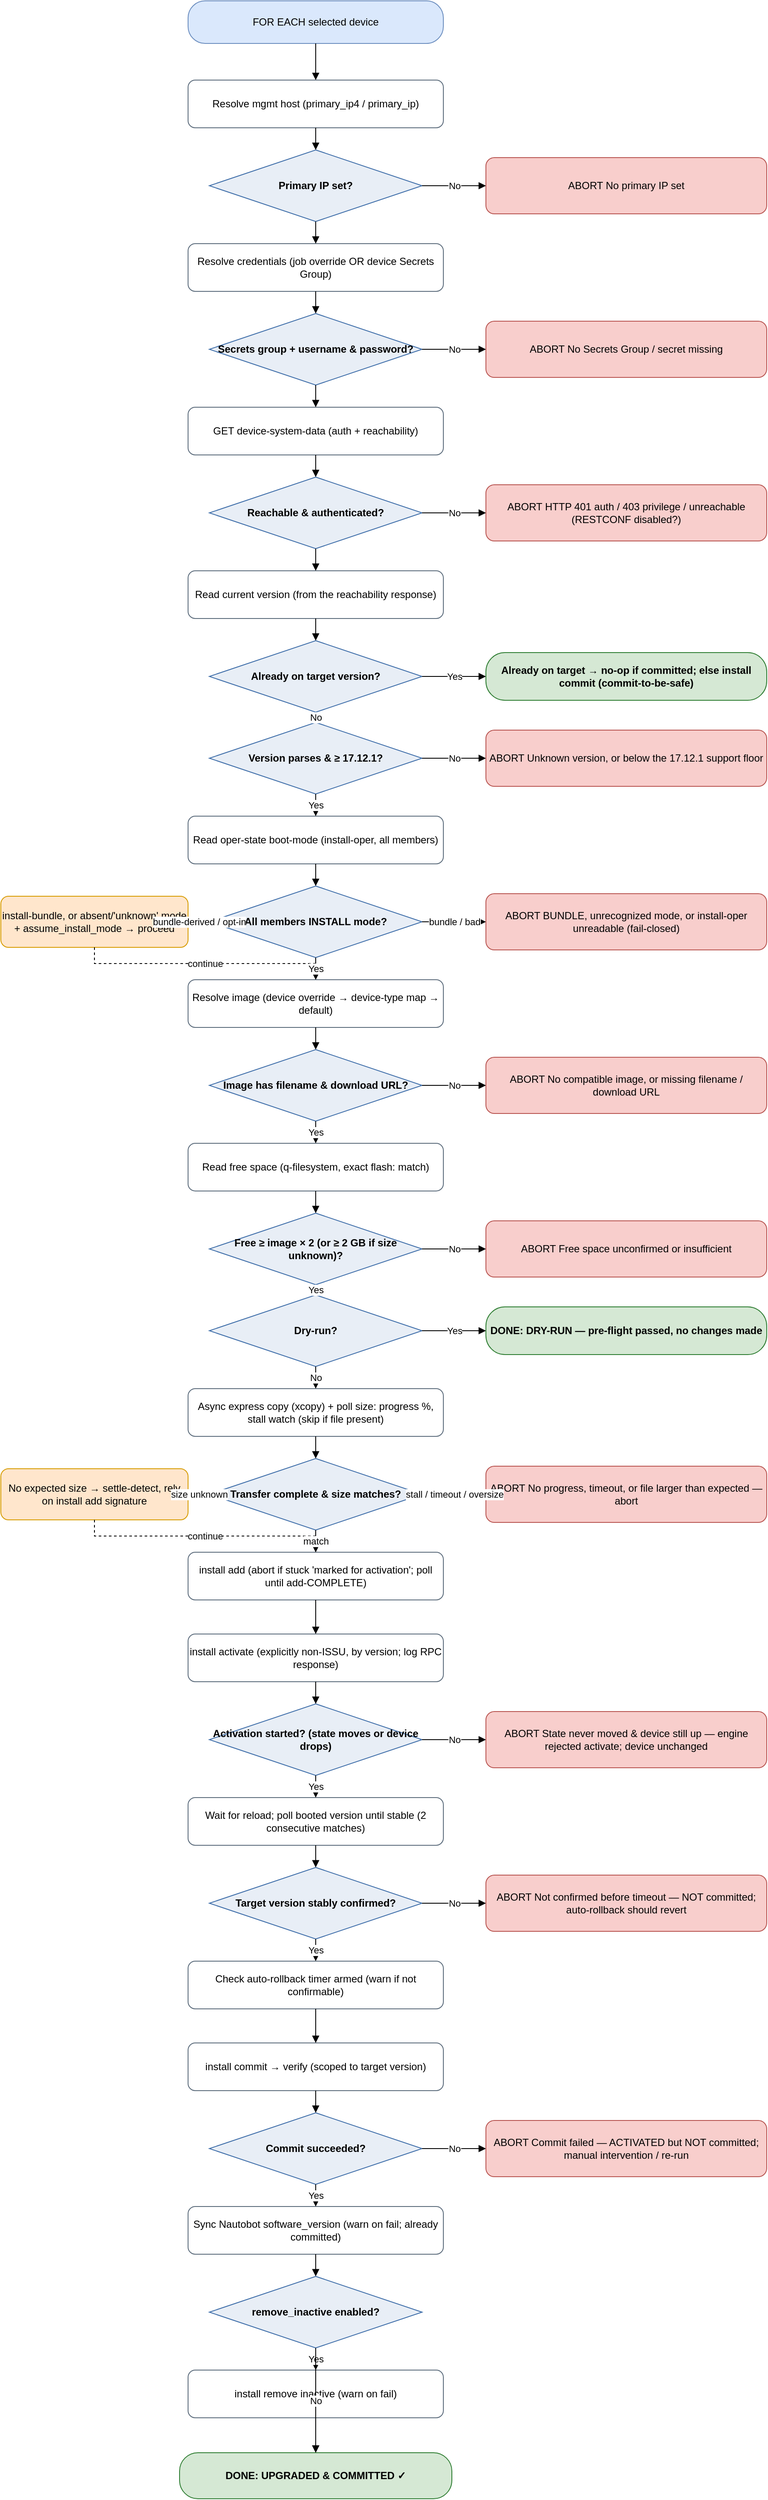
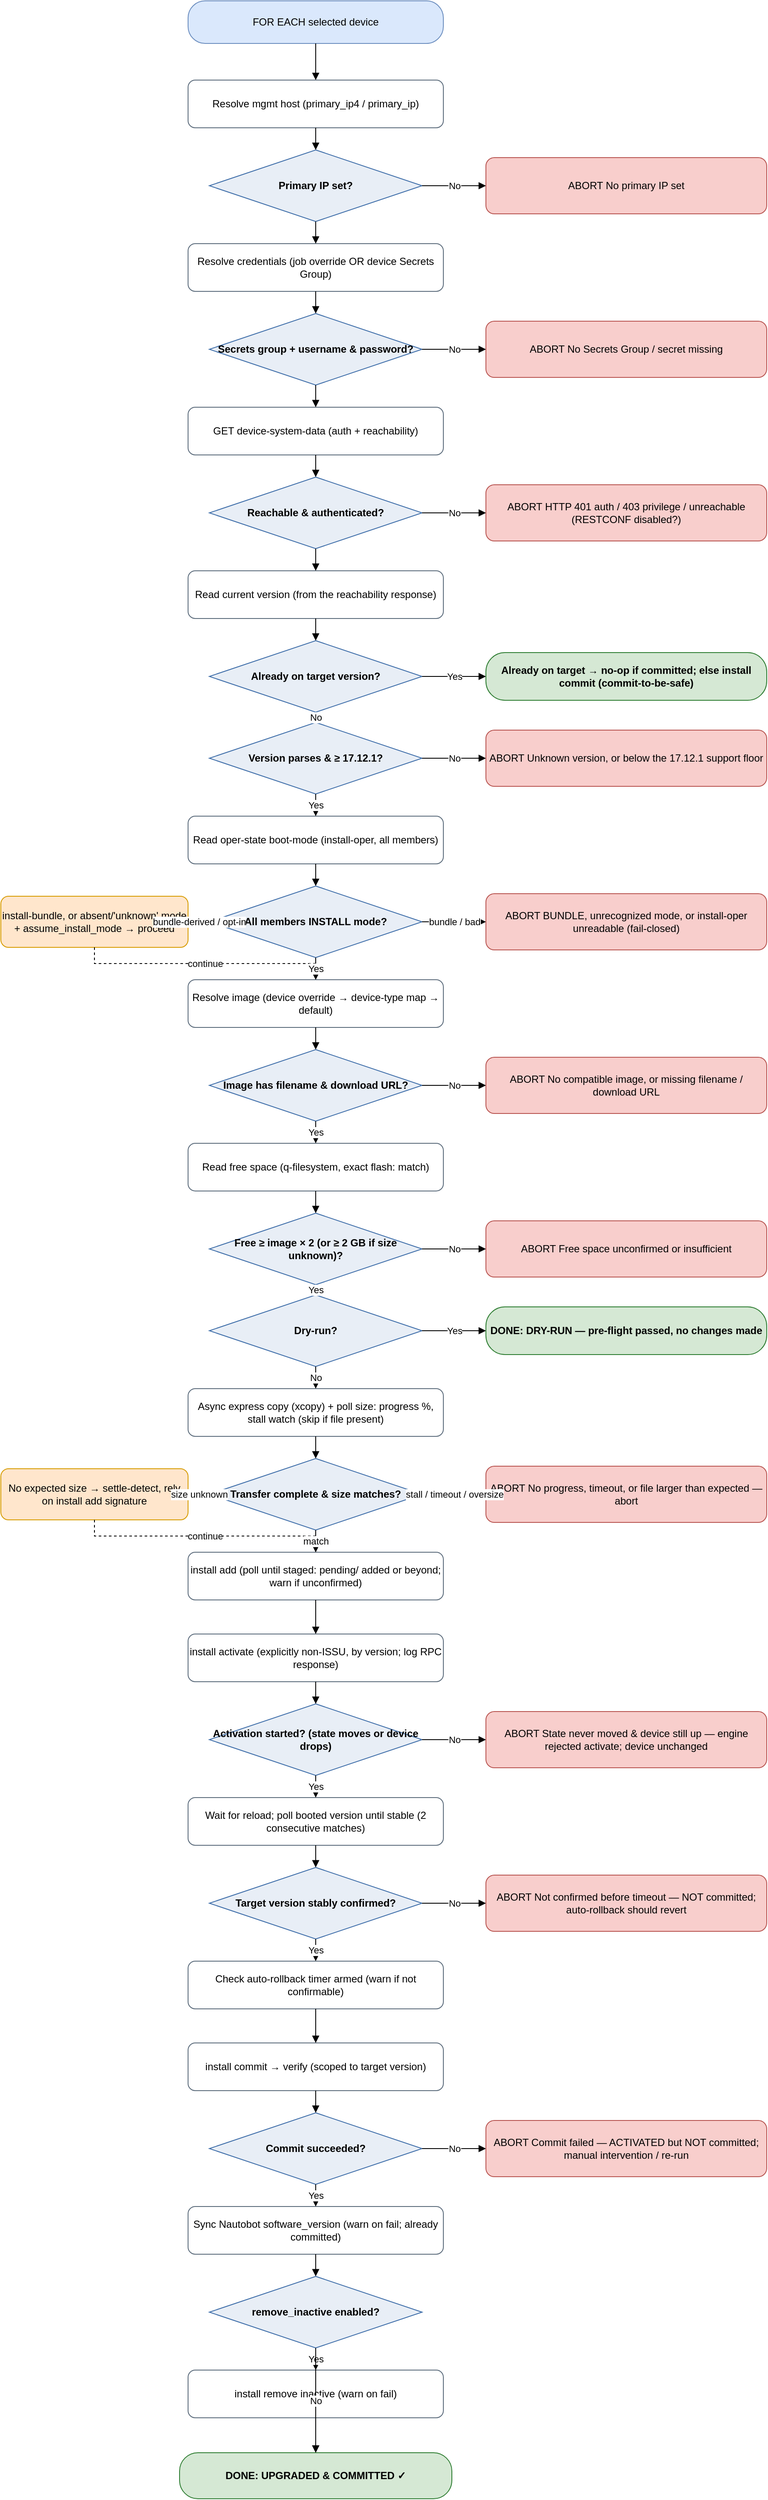
<mxfile host="app.diagrams.net" type="device">
  <diagram name="IOS-XE upgrade flow" id="iosxe-upgrade-flow">
    <mxGraphModel dx="1000" dy="2000" grid="1" gridSize="10" guides="1" tooltips="1"
        connect="1" arrows="1" fold="1" page="1" pageScale="1" math="0" shadow="0">
      <root>
        <mxCell id="0"/>
        <mxCell id="1" parent="0"/>
        <mxCell id="start" value="FOR EACH selected device" style="rounded=1;arcSize=40;whiteSpace=wrap;html=1;fillColor=#DAE8FC;strokeColor=#6C8EBF;" vertex="1" parent="1"><mxGeometry x="250" y="31" width="300" height="50" as="geometry"/></mxCell>
        <mxCell id="host" value="Resolve mgmt host&amp;#10;(primary_ip4 / primary_ip)" style="rounded=1;whiteSpace=wrap;html=1;fillColor=#FFFFFF;strokeColor=#5B6B7B;" vertex="1" parent="1"><mxGeometry x="250" y="124" width="300" height="56" as="geometry"/></mxCell>
        <mxCell id="d_ip" value="Primary IP set?" style="rhombus;whiteSpace=wrap;html=1;fillColor=#E8EEF6;strokeColor=#3C6CA8;fontStyle=1;" vertex="1" parent="1"><mxGeometry x="275" y="206" width="250" height="84" as="geometry"/></mxCell>
        <mxCell id="cred" value="Resolve credentials&amp;#10;(job override OR device Secrets Group)" style="rounded=1;whiteSpace=wrap;html=1;fillColor=#FFFFFF;strokeColor=#5B6B7B;" vertex="1" parent="1"><mxGeometry x="250" y="316" width="300" height="56" as="geometry"/></mxCell>
        <mxCell id="d_cred" value="Secrets group +&amp;#10;username &amp; password?" style="rhombus;whiteSpace=wrap;html=1;fillColor=#E8EEF6;strokeColor=#3C6CA8;fontStyle=1;" vertex="1" parent="1"><mxGeometry x="275" y="398" width="250" height="84" as="geometry"/></mxCell>
        <mxCell id="reach" value="GET device-system-data&amp;#10;(auth + reachability)" style="rounded=1;whiteSpace=wrap;html=1;fillColor=#FFFFFF;strokeColor=#5B6B7B;" vertex="1" parent="1"><mxGeometry x="250" y="508" width="300" height="56" as="geometry"/></mxCell>
        <mxCell id="d_reach" value="Reachable &amp;&amp;#10;authenticated?" style="rhombus;whiteSpace=wrap;html=1;fillColor=#E8EEF6;strokeColor=#3C6CA8;fontStyle=1;" vertex="1" parent="1"><mxGeometry x="275" y="590" width="250" height="84" as="geometry"/></mxCell>
        <mxCell id="curr" value="Read current version&amp;#10;(from the reachability response)" style="rounded=1;whiteSpace=wrap;html=1;fillColor=#FFFFFF;strokeColor=#5B6B7B;" vertex="1" parent="1"><mxGeometry x="250" y="700" width="300" height="56" as="geometry"/></mxCell>
        <mxCell id="d_target" value="Already on&amp;#10;target version?" style="rhombus;whiteSpace=wrap;html=1;fillColor=#E8EEF6;strokeColor=#3C6CA8;fontStyle=1;" vertex="1" parent="1"><mxGeometry x="275" y="782" width="250" height="84" as="geometry"/></mxCell>
        <mxCell id="d_floor" value="Version parses&amp;#10;&amp; ≥ 17.12.1?" style="rhombus;whiteSpace=wrap;html=1;fillColor=#E8EEF6;strokeColor=#3C6CA8;fontStyle=1;" vertex="1" parent="1"><mxGeometry x="275" y="878" width="250" height="84" as="geometry"/></mxCell>
        <mxCell id="mode" value="Read oper-state boot-mode&amp;#10;(install-oper, all members)" style="rounded=1;whiteSpace=wrap;html=1;fillColor=#FFFFFF;strokeColor=#5B6B7B;" vertex="1" parent="1"><mxGeometry x="250" y="988" width="300" height="56" as="geometry"/></mxCell>
        <mxCell id="d_mode" value="All members&amp;#10;INSTALL mode?" style="rhombus;whiteSpace=wrap;html=1;fillColor=#E8EEF6;strokeColor=#3C6CA8;fontStyle=1;" vertex="1" parent="1"><mxGeometry x="275" y="1070" width="250" height="84" as="geometry"/></mxCell>
        <mxCell id="img" value="Resolve image (device override →&amp;#10;device-type map → default)" style="rounded=1;whiteSpace=wrap;html=1;fillColor=#FFFFFF;strokeColor=#5B6B7B;" vertex="1" parent="1"><mxGeometry x="250" y="1180" width="300" height="56" as="geometry"/></mxCell>
        <mxCell id="d_img" value="Image has filename&amp;#10;&amp; download URL?" style="rhombus;whiteSpace=wrap;html=1;fillColor=#E8EEF6;strokeColor=#3C6CA8;fontStyle=1;" vertex="1" parent="1"><mxGeometry x="275" y="1262" width="250" height="84" as="geometry"/></mxCell>
        <mxCell id="space" value="Read free space&amp;#10;(q-filesystem, exact flash: match)" style="rounded=1;whiteSpace=wrap;html=1;fillColor=#FFFFFF;strokeColor=#5B6B7B;" vertex="1" parent="1"><mxGeometry x="250" y="1372" width="300" height="56" as="geometry"/></mxCell>
        <mxCell id="d_space" value="Free ≥ image × 2&amp;#10;(or ≥ 2 GB if size unknown)?" style="rhombus;whiteSpace=wrap;html=1;fillColor=#E8EEF6;strokeColor=#3C6CA8;fontStyle=1;" vertex="1" parent="1"><mxGeometry x="275" y="1454" width="250" height="84" as="geometry"/></mxCell>
        <mxCell id="d_dry" value="Dry-run?" style="rhombus;whiteSpace=wrap;html=1;fillColor=#E8EEF6;strokeColor=#3C6CA8;fontStyle=1;" vertex="1" parent="1"><mxGeometry x="275" y="1550" width="250" height="84" as="geometry"/></mxCell>
        <mxCell id="copy" value="Async express copy (xcopy) + poll size:&amp;#10;progress %, stall watch (skip if file present)" style="rounded=1;whiteSpace=wrap;html=1;fillColor=#FFFFFF;strokeColor=#5B6B7B;" vertex="1" parent="1"><mxGeometry x="250" y="1660" width="300" height="56" as="geometry"/></mxCell>
        <mxCell id="d_size" value="Transfer complete&amp;#10;&amp; size matches?" style="rhombus;whiteSpace=wrap;html=1;fillColor=#E8EEF6;strokeColor=#3C6CA8;fontStyle=1;" vertex="1" parent="1"><mxGeometry x="275" y="1742" width="250" height="84" as="geometry"/></mxCell>
-         <mxCell id="add" value="install add (abort if stuck &#x27;marked for&amp;#10;activation&#x27;; poll until add-COMPLETE)" style="rounded=1;whiteSpace=wrap;html=1;fillColor=#FFFFFF;strokeColor=#5B6B7B;" vertex="1" parent="1"><mxGeometry x="250" y="1852" width="300" height="56" as="geometry"/></mxCell>
+         <mxCell id="add" value="install add (poll until staged: pending/&amp;#10;added or beyond; warn if unconfirmed)" style="rounded=1;whiteSpace=wrap;html=1;fillColor=#FFFFFF;strokeColor=#5B6B7B;" vertex="1" parent="1"><mxGeometry x="250" y="1852" width="300" height="56" as="geometry"/></mxCell>
        <mxCell id="act" value="install activate (explicitly non-ISSU,&amp;#10;by version; log RPC response)" style="rounded=1;whiteSpace=wrap;html=1;fillColor=#FFFFFF;strokeColor=#5B6B7B;" vertex="1" parent="1"><mxGeometry x="250" y="1948" width="300" height="56" as="geometry"/></mxCell>
        <mxCell id="d_act" value="Activation started?&amp;#10;(state moves or device drops)" style="rhombus;whiteSpace=wrap;html=1;fillColor=#E8EEF6;strokeColor=#3C6CA8;fontStyle=1;" vertex="1" parent="1"><mxGeometry x="275" y="2030" width="250" height="84" as="geometry"/></mxCell>
        <mxCell id="waitc" value="Wait for reload; poll booted version&amp;#10;until stable (2 consecutive matches)" style="rounded=1;whiteSpace=wrap;html=1;fillColor=#FFFFFF;strokeColor=#5B6B7B;" vertex="1" parent="1"><mxGeometry x="250" y="2140" width="300" height="56" as="geometry"/></mxCell>
        <mxCell id="d_confirm" value="Target version&amp;#10;stably confirmed?" style="rhombus;whiteSpace=wrap;html=1;fillColor=#E8EEF6;strokeColor=#3C6CA8;fontStyle=1;" vertex="1" parent="1"><mxGeometry x="275" y="2222" width="250" height="84" as="geometry"/></mxCell>
        <mxCell id="rollbackchk" value="Check auto-rollback timer armed&amp;#10;(warn if not confirmable)" style="rounded=1;whiteSpace=wrap;html=1;fillColor=#FFFFFF;strokeColor=#5B6B7B;" vertex="1" parent="1"><mxGeometry x="250" y="2332" width="300" height="56" as="geometry"/></mxCell>
        <mxCell id="commit" value="install commit → verify&amp;#10;(scoped to target version)" style="rounded=1;whiteSpace=wrap;html=1;fillColor=#FFFFFF;strokeColor=#5B6B7B;" vertex="1" parent="1"><mxGeometry x="250" y="2428" width="300" height="56" as="geometry"/></mxCell>
        <mxCell id="d_commit" value="Commit&amp;#10;succeeded?" style="rhombus;whiteSpace=wrap;html=1;fillColor=#E8EEF6;strokeColor=#3C6CA8;fontStyle=1;" vertex="1" parent="1"><mxGeometry x="275" y="2510" width="250" height="84" as="geometry"/></mxCell>
        <mxCell id="sync" value="Sync Nautobot software_version&amp;#10;(warn on fail; already committed)" style="rounded=1;whiteSpace=wrap;html=1;fillColor=#FFFFFF;strokeColor=#5B6B7B;" vertex="1" parent="1"><mxGeometry x="250" y="2620" width="300" height="56" as="geometry"/></mxCell>
        <mxCell id="d_remove" value="remove_inactive&amp;#10;enabled?" style="rhombus;whiteSpace=wrap;html=1;fillColor=#E8EEF6;strokeColor=#3C6CA8;fontStyle=1;" vertex="1" parent="1"><mxGeometry x="275" y="2702" width="250" height="84" as="geometry"/></mxCell>
        <mxCell id="remove" value="install remove inactive&amp;#10;(warn on fail)" style="rounded=1;whiteSpace=wrap;html=1;fillColor=#FFFFFF;strokeColor=#5B6B7B;" vertex="1" parent="1"><mxGeometry x="250" y="2812" width="300" height="56" as="geometry"/></mxCell>
        <mxCell id="ok" value="DONE: UPGRADED &amp; COMMITTED ✓" style="rounded=1;arcSize=40;whiteSpace=wrap;html=1;fillColor=#D5E8D4;strokeColor=#2E7D32;fontStyle=1;" vertex="1" parent="1"><mxGeometry x="240" y="2909" width="320" height="54" as="geometry"/></mxCell>
        <mxCell id="d_ip_abort" value="ABORT&amp;#10;No primary IP set" style="rounded=1;whiteSpace=wrap;html=1;fillColor=#F8CECC;strokeColor=#B85450;" vertex="1" parent="1"><mxGeometry x="600" y="215" width="330" height="66" as="geometry"/></mxCell>
        <mxCell id="d_cred_abort" value="ABORT&amp;#10;No Secrets Group / secret missing" style="rounded=1;whiteSpace=wrap;html=1;fillColor=#F8CECC;strokeColor=#B85450;" vertex="1" parent="1"><mxGeometry x="600" y="407" width="330" height="66" as="geometry"/></mxCell>
        <mxCell id="d_reach_abort" value="ABORT&amp;#10;HTTP 401 auth / 403 privilege /&amp;#10;unreachable (RESTCONF disabled?)" style="rounded=1;whiteSpace=wrap;html=1;fillColor=#F8CECC;strokeColor=#B85450;" vertex="1" parent="1"><mxGeometry x="600" y="599" width="330" height="66" as="geometry"/></mxCell>
        <mxCell id="d_target_ok" value="Already on target → no-op if committed;&amp;#10;else install commit (commit-to-be-safe)" style="rounded=1;arcSize=40;whiteSpace=wrap;html=1;fillColor=#D5E8D4;strokeColor=#2E7D32;fontStyle=1;" vertex="1" parent="1"><mxGeometry x="600" y="796" width="330" height="56" as="geometry"/></mxCell>
        <mxCell id="d_floor_abort" value="ABORT&amp;#10;Unknown version, or below the&amp;#10;17.12.1 support floor" style="rounded=1;whiteSpace=wrap;html=1;fillColor=#F8CECC;strokeColor=#B85450;" vertex="1" parent="1"><mxGeometry x="600" y="887" width="330" height="66" as="geometry"/></mxCell>
        <mxCell id="d_mode_abort" value="ABORT&amp;#10;BUNDLE, unrecognized mode, or&amp;#10;install-oper unreadable (fail-closed)" style="rounded=1;whiteSpace=wrap;html=1;fillColor=#F8CECC;strokeColor=#B85450;" vertex="1" parent="1"><mxGeometry x="600" y="1079" width="330" height="66" as="geometry"/></mxCell>
        <mxCell id="d_mode_warn" value="install-bundle, or absent/&#x27;unknown&#x27;&amp;#10;mode + assume_install_mode → proceed" style="rounded=1;whiteSpace=wrap;html=1;fillColor=#FFE6CC;strokeColor=#D79B00;" vertex="1" parent="1"><mxGeometry x="30" y="1082" width="220" height="60" as="geometry"/></mxCell>
        <mxCell id="d_img_abort" value="ABORT&amp;#10;No compatible image, or missing&amp;#10;filename / download URL" style="rounded=1;whiteSpace=wrap;html=1;fillColor=#F8CECC;strokeColor=#B85450;" vertex="1" parent="1"><mxGeometry x="600" y="1271" width="330" height="66" as="geometry"/></mxCell>
        <mxCell id="d_space_abort" value="ABORT&amp;#10;Free space unconfirmed or&amp;#10;insufficient" style="rounded=1;whiteSpace=wrap;html=1;fillColor=#F8CECC;strokeColor=#B85450;" vertex="1" parent="1"><mxGeometry x="600" y="1463" width="330" height="66" as="geometry"/></mxCell>
        <mxCell id="d_dry_ok" value="DONE: DRY-RUN — pre-flight&amp;#10;passed, no changes made" style="rounded=1;arcSize=40;whiteSpace=wrap;html=1;fillColor=#D5E8D4;strokeColor=#2E7D32;fontStyle=1;" vertex="1" parent="1"><mxGeometry x="600" y="1564" width="330" height="56" as="geometry"/></mxCell>
        <mxCell id="d_size_abort" value="ABORT&amp;#10;No progress, timeout, or file&amp;#10;larger than expected — abort" style="rounded=1;whiteSpace=wrap;html=1;fillColor=#F8CECC;strokeColor=#B85450;" vertex="1" parent="1"><mxGeometry x="600" y="1751" width="330" height="66" as="geometry"/></mxCell>
        <mxCell id="d_size_warn" value="No expected size → settle-detect,&amp;#10;rely on install add signature" style="rounded=1;whiteSpace=wrap;html=1;fillColor=#FFE6CC;strokeColor=#D79B00;" vertex="1" parent="1"><mxGeometry x="30" y="1754" width="220" height="60" as="geometry"/></mxCell>
        <mxCell id="d_act_abort" value="ABORT&amp;#10;State never moved &amp; device still up —&amp;#10;engine rejected activate; device unchanged" style="rounded=1;whiteSpace=wrap;html=1;fillColor=#F8CECC;strokeColor=#B85450;" vertex="1" parent="1"><mxGeometry x="600" y="2039" width="330" height="66" as="geometry"/></mxCell>
        <mxCell id="d_confirm_abort" value="ABORT&amp;#10;Not confirmed before timeout — NOT&amp;#10;committed; auto-rollback should revert" style="rounded=1;whiteSpace=wrap;html=1;fillColor=#F8CECC;strokeColor=#B85450;" vertex="1" parent="1"><mxGeometry x="600" y="2231" width="330" height="66" as="geometry"/></mxCell>
        <mxCell id="d_commit_abort" value="ABORT&amp;#10;Commit failed — ACTIVATED but NOT&amp;#10;committed; manual intervention / re-run" style="rounded=1;whiteSpace=wrap;html=1;fillColor=#F8CECC;strokeColor=#B85450;" vertex="1" parent="1"><mxGeometry x="600" y="2519" width="330" height="66" as="geometry"/></mxCell>
        <mxCell id="e_d_ip_abort" value="No" style="edgeStyle=orthogonalEdgeStyle;rounded=0;html=1;endArrow=block;" edge="1" parent="1" source="d_ip" target="d_ip_abort"><mxGeometry relative="1" as="geometry"/></mxCell>
        <mxCell id="e_d_cred_abort" value="No" style="edgeStyle=orthogonalEdgeStyle;rounded=0;html=1;endArrow=block;" edge="1" parent="1" source="d_cred" target="d_cred_abort"><mxGeometry relative="1" as="geometry"/></mxCell>
        <mxCell id="e_d_reach_abort" value="No" style="edgeStyle=orthogonalEdgeStyle;rounded=0;html=1;endArrow=block;" edge="1" parent="1" source="d_reach" target="d_reach_abort"><mxGeometry relative="1" as="geometry"/></mxCell>
        <mxCell id="e_d_target_ok" value="Yes" style="edgeStyle=orthogonalEdgeStyle;rounded=0;html=1;endArrow=block;" edge="1" parent="1" source="d_target" target="d_target_ok"><mxGeometry relative="1" as="geometry"/></mxCell>
        <mxCell id="e_d_floor_abort" value="No" style="edgeStyle=orthogonalEdgeStyle;rounded=0;html=1;endArrow=block;" edge="1" parent="1" source="d_floor" target="d_floor_abort"><mxGeometry relative="1" as="geometry"/></mxCell>
        <mxCell id="e_d_mode_abort" value="bundle / bad" style="edgeStyle=orthogonalEdgeStyle;rounded=0;html=1;endArrow=block;" edge="1" parent="1" source="d_mode" target="d_mode_abort"><mxGeometry relative="1" as="geometry"/></mxCell>
        <mxCell id="e_d_mode_warn" value="bundle-derived /
opt-in" style="edgeStyle=orthogonalEdgeStyle;rounded=0;html=1;endArrow=block;" edge="1" parent="1" source="d_mode" target="d_mode_warn"><mxGeometry relative="1" as="geometry"/></mxCell>
        <mxCell id="e_d_mode_warn_join" value="continue" style="edgeStyle=orthogonalEdgeStyle;rounded=0;html=1;endArrow=block;dashed=1;" edge="1" parent="1" source="d_mode_warn" target="img"><mxGeometry relative="1" as="geometry"/></mxCell>
        <mxCell id="e_d_img_abort" value="No" style="edgeStyle=orthogonalEdgeStyle;rounded=0;html=1;endArrow=block;" edge="1" parent="1" source="d_img" target="d_img_abort"><mxGeometry relative="1" as="geometry"/></mxCell>
        <mxCell id="e_d_space_abort" value="No" style="edgeStyle=orthogonalEdgeStyle;rounded=0;html=1;endArrow=block;" edge="1" parent="1" source="d_space" target="d_space_abort"><mxGeometry relative="1" as="geometry"/></mxCell>
        <mxCell id="e_d_dry_ok" value="Yes" style="edgeStyle=orthogonalEdgeStyle;rounded=0;html=1;endArrow=block;" edge="1" parent="1" source="d_dry" target="d_dry_ok"><mxGeometry relative="1" as="geometry"/></mxCell>
        <mxCell id="e_d_size_abort" value="stall / timeout /
oversize" style="edgeStyle=orthogonalEdgeStyle;rounded=0;html=1;endArrow=block;" edge="1" parent="1" source="d_size" target="d_size_abort"><mxGeometry relative="1" as="geometry"/></mxCell>
        <mxCell id="e_d_size_warn" value="size unknown" style="edgeStyle=orthogonalEdgeStyle;rounded=0;html=1;endArrow=block;" edge="1" parent="1" source="d_size" target="d_size_warn"><mxGeometry relative="1" as="geometry"/></mxCell>
        <mxCell id="e_d_size_warn_join" value="continue" style="edgeStyle=orthogonalEdgeStyle;rounded=0;html=1;endArrow=block;dashed=1;" edge="1" parent="1" source="d_size_warn" target="add"><mxGeometry relative="1" as="geometry"/></mxCell>
        <mxCell id="e_d_act_abort" value="No" style="edgeStyle=orthogonalEdgeStyle;rounded=0;html=1;endArrow=block;" edge="1" parent="1" source="d_act" target="d_act_abort"><mxGeometry relative="1" as="geometry"/></mxCell>
        <mxCell id="e_d_confirm_abort" value="No" style="edgeStyle=orthogonalEdgeStyle;rounded=0;html=1;endArrow=block;" edge="1" parent="1" source="d_confirm" target="d_confirm_abort"><mxGeometry relative="1" as="geometry"/></mxCell>
        <mxCell id="e_d_commit_abort" value="No" style="edgeStyle=orthogonalEdgeStyle;rounded=0;html=1;endArrow=block;" edge="1" parent="1" source="d_commit" target="d_commit_abort"><mxGeometry relative="1" as="geometry"/></mxCell>
        <mxCell id="e_start_host" value="" style="edgeStyle=orthogonalEdgeStyle;rounded=0;html=1;endArrow=block;" edge="1" parent="1" source="start" target="host"><mxGeometry relative="1" as="geometry"/></mxCell>
        <mxCell id="e_host_d_ip" value="" style="edgeStyle=orthogonalEdgeStyle;rounded=0;html=1;endArrow=block;" edge="1" parent="1" source="host" target="d_ip"><mxGeometry relative="1" as="geometry"/></mxCell>
        <mxCell id="e_d_ip_cred" value="" style="edgeStyle=orthogonalEdgeStyle;rounded=0;html=1;endArrow=block;" edge="1" parent="1" source="d_ip" target="cred"><mxGeometry relative="1" as="geometry"/></mxCell>
        <mxCell id="e_cred_d_cred" value="" style="edgeStyle=orthogonalEdgeStyle;rounded=0;html=1;endArrow=block;" edge="1" parent="1" source="cred" target="d_cred"><mxGeometry relative="1" as="geometry"/></mxCell>
        <mxCell id="e_d_cred_reach" value="" style="edgeStyle=orthogonalEdgeStyle;rounded=0;html=1;endArrow=block;" edge="1" parent="1" source="d_cred" target="reach"><mxGeometry relative="1" as="geometry"/></mxCell>
        <mxCell id="e_reach_d_reach" value="" style="edgeStyle=orthogonalEdgeStyle;rounded=0;html=1;endArrow=block;" edge="1" parent="1" source="reach" target="d_reach"><mxGeometry relative="1" as="geometry"/></mxCell>
        <mxCell id="e_d_reach_curr" value="" style="edgeStyle=orthogonalEdgeStyle;rounded=0;html=1;endArrow=block;" edge="1" parent="1" source="d_reach" target="curr"><mxGeometry relative="1" as="geometry"/></mxCell>
        <mxCell id="e_curr_d_target" value="" style="edgeStyle=orthogonalEdgeStyle;rounded=0;html=1;endArrow=block;" edge="1" parent="1" source="curr" target="d_target"><mxGeometry relative="1" as="geometry"/></mxCell>
        <mxCell id="e_d_target_d_floor" value="No" style="edgeStyle=orthogonalEdgeStyle;rounded=0;html=1;endArrow=block;" edge="1" parent="1" source="d_target" target="d_floor"><mxGeometry relative="1" as="geometry"/></mxCell>
        <mxCell id="e_d_floor_mode" value="Yes" style="edgeStyle=orthogonalEdgeStyle;rounded=0;html=1;endArrow=block;" edge="1" parent="1" source="d_floor" target="mode"><mxGeometry relative="1" as="geometry"/></mxCell>
        <mxCell id="e_mode_d_mode" value="" style="edgeStyle=orthogonalEdgeStyle;rounded=0;html=1;endArrow=block;" edge="1" parent="1" source="mode" target="d_mode"><mxGeometry relative="1" as="geometry"/></mxCell>
        <mxCell id="e_d_mode_img" value="Yes" style="edgeStyle=orthogonalEdgeStyle;rounded=0;html=1;endArrow=block;" edge="1" parent="1" source="d_mode" target="img"><mxGeometry relative="1" as="geometry"/></mxCell>
        <mxCell id="e_img_d_img" value="" style="edgeStyle=orthogonalEdgeStyle;rounded=0;html=1;endArrow=block;" edge="1" parent="1" source="img" target="d_img"><mxGeometry relative="1" as="geometry"/></mxCell>
        <mxCell id="e_d_img_space" value="Yes" style="edgeStyle=orthogonalEdgeStyle;rounded=0;html=1;endArrow=block;" edge="1" parent="1" source="d_img" target="space"><mxGeometry relative="1" as="geometry"/></mxCell>
        <mxCell id="e_space_d_space" value="" style="edgeStyle=orthogonalEdgeStyle;rounded=0;html=1;endArrow=block;" edge="1" parent="1" source="space" target="d_space"><mxGeometry relative="1" as="geometry"/></mxCell>
        <mxCell id="e_d_space_d_dry" value="Yes" style="edgeStyle=orthogonalEdgeStyle;rounded=0;html=1;endArrow=block;" edge="1" parent="1" source="d_space" target="d_dry"><mxGeometry relative="1" as="geometry"/></mxCell>
        <mxCell id="e_d_dry_copy" value="No" style="edgeStyle=orthogonalEdgeStyle;rounded=0;html=1;endArrow=block;" edge="1" parent="1" source="d_dry" target="copy"><mxGeometry relative="1" as="geometry"/></mxCell>
        <mxCell id="e_copy_d_size" value="" style="edgeStyle=orthogonalEdgeStyle;rounded=0;html=1;endArrow=block;" edge="1" parent="1" source="copy" target="d_size"><mxGeometry relative="1" as="geometry"/></mxCell>
        <mxCell id="e_d_size_add" value="match" style="edgeStyle=orthogonalEdgeStyle;rounded=0;html=1;endArrow=block;" edge="1" parent="1" source="d_size" target="add"><mxGeometry relative="1" as="geometry"/></mxCell>
        <mxCell id="e_add_act" value="" style="edgeStyle=orthogonalEdgeStyle;rounded=0;html=1;endArrow=block;" edge="1" parent="1" source="add" target="act"><mxGeometry relative="1" as="geometry"/></mxCell>
        <mxCell id="e_act_d_act" value="" style="edgeStyle=orthogonalEdgeStyle;rounded=0;html=1;endArrow=block;" edge="1" parent="1" source="act" target="d_act"><mxGeometry relative="1" as="geometry"/></mxCell>
        <mxCell id="e_d_act_waitc" value="Yes" style="edgeStyle=orthogonalEdgeStyle;rounded=0;html=1;endArrow=block;" edge="1" parent="1" source="d_act" target="waitc"><mxGeometry relative="1" as="geometry"/></mxCell>
        <mxCell id="e_waitc_d_confirm" value="" style="edgeStyle=orthogonalEdgeStyle;rounded=0;html=1;endArrow=block;" edge="1" parent="1" source="waitc" target="d_confirm"><mxGeometry relative="1" as="geometry"/></mxCell>
        <mxCell id="e_d_confirm_rollbackchk" value="Yes" style="edgeStyle=orthogonalEdgeStyle;rounded=0;html=1;endArrow=block;" edge="1" parent="1" source="d_confirm" target="rollbackchk"><mxGeometry relative="1" as="geometry"/></mxCell>
        <mxCell id="e_rollbackchk_commit" value="" style="edgeStyle=orthogonalEdgeStyle;rounded=0;html=1;endArrow=block;" edge="1" parent="1" source="rollbackchk" target="commit"><mxGeometry relative="1" as="geometry"/></mxCell>
        <mxCell id="e_commit_d_commit" value="" style="edgeStyle=orthogonalEdgeStyle;rounded=0;html=1;endArrow=block;" edge="1" parent="1" source="commit" target="d_commit"><mxGeometry relative="1" as="geometry"/></mxCell>
        <mxCell id="e_d_commit_sync" value="Yes" style="edgeStyle=orthogonalEdgeStyle;rounded=0;html=1;endArrow=block;" edge="1" parent="1" source="d_commit" target="sync"><mxGeometry relative="1" as="geometry"/></mxCell>
        <mxCell id="e_sync_d_remove" value="" style="edgeStyle=orthogonalEdgeStyle;rounded=0;html=1;endArrow=block;" edge="1" parent="1" source="sync" target="d_remove"><mxGeometry relative="1" as="geometry"/></mxCell>
        <mxCell id="e_remove_yes" value="Yes" style="edgeStyle=orthogonalEdgeStyle;rounded=0;html=1;endArrow=block;" edge="1" parent="1" source="d_remove" target="remove"><mxGeometry relative="1" as="geometry"/></mxCell>
        <mxCell id="e_remove_ok" value="" style="edgeStyle=orthogonalEdgeStyle;rounded=0;html=1;endArrow=block;" edge="1" parent="1" source="remove" target="ok"><mxGeometry relative="1" as="geometry"/></mxCell>
        <mxCell id="e_remove_no" value="No" style="edgeStyle=orthogonalEdgeStyle;rounded=0;html=1;endArrow=block;" edge="1" parent="1" source="d_remove" target="ok"><mxGeometry relative="1" as="geometry"/></mxCell>
      </root>
    </mxGraphModel>
  </diagram>
</mxfile>
